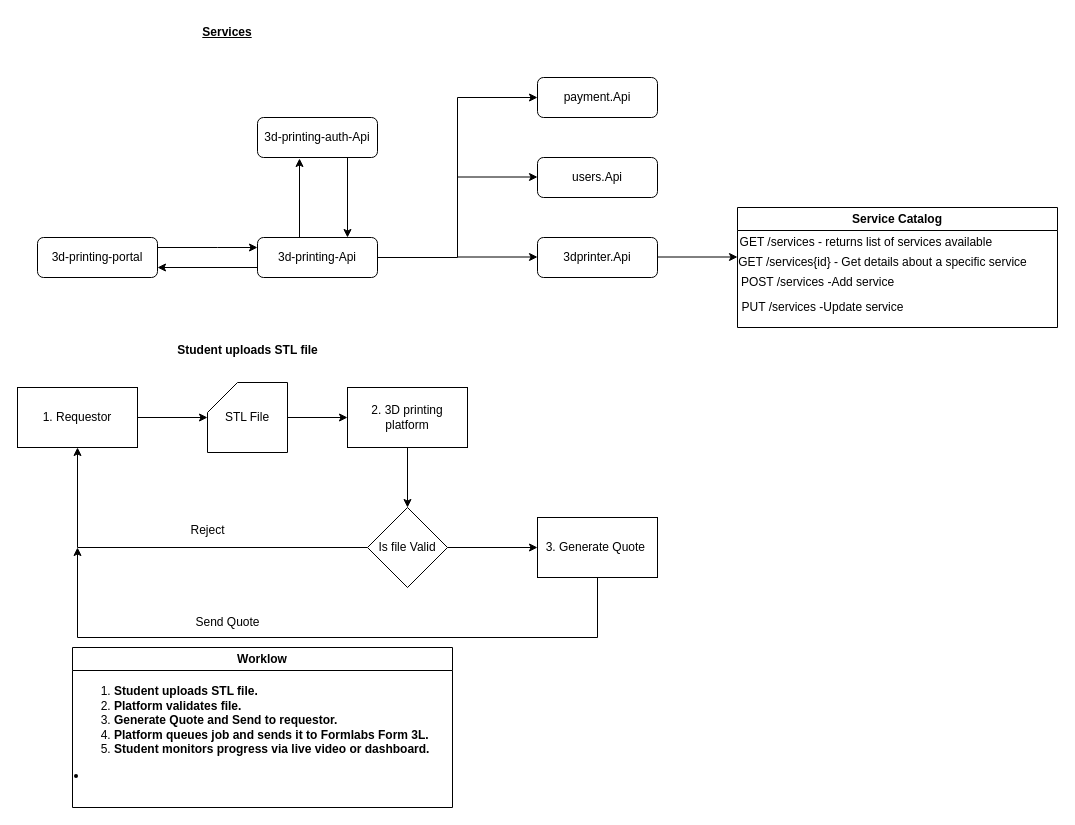
Above: 3dPrintingApplicationDesign.drawio in SifisoMzansi/architecture-diagrams (draw.io), before the change. Source tidied: cells renumbered, new cells numbered last; positions are measured from the earlier drawing's top-left corner, leaving out a move shared by most shapes. Both pictures are drawn from the tidied source at 100%, with x=0, y=0 at pixel (17, 17).
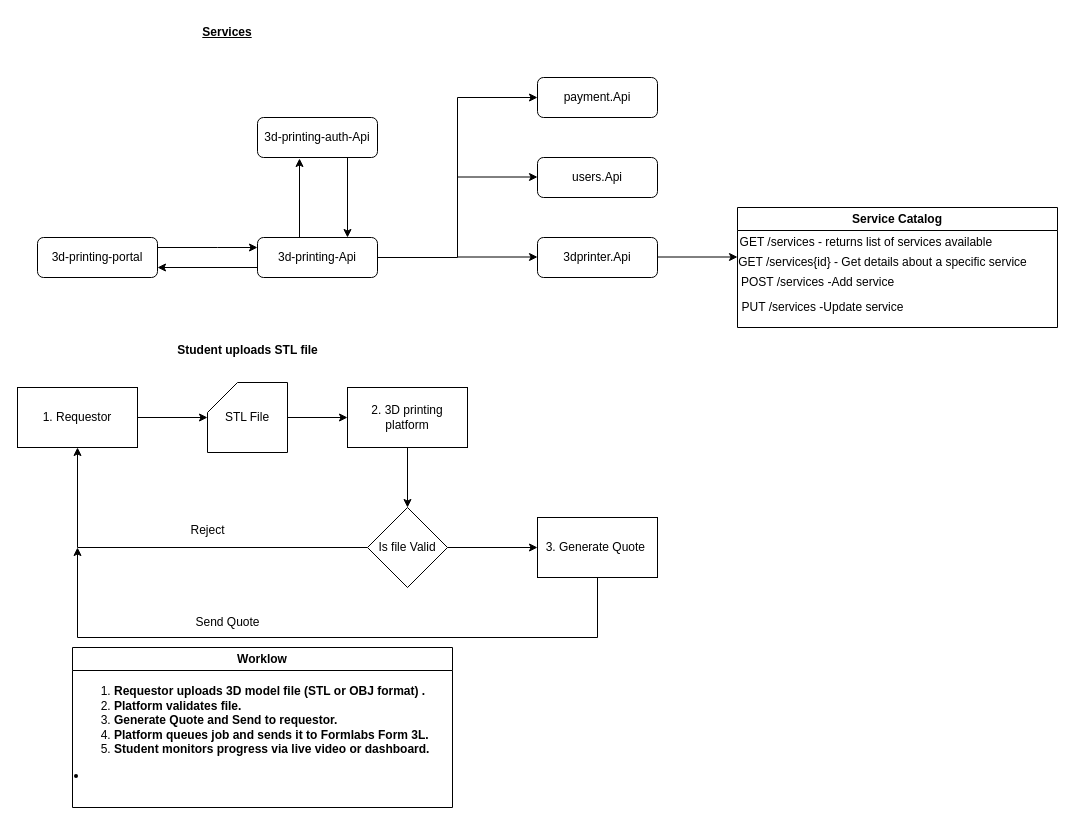
After the change.

Unchanged cells that the change refers to:
```xml
<mxCell id="24" value="Worklow" style="swimlane;whiteSpace=wrap;html=1;" parent="1" vertex="1">
  <mxGeometry x="55" y="630" width="380" height="160" as="geometry" />
</mxCell>
```

Change to the diagram source:
```diff
@@
-    <mxCell id="25" value="&lt;ol&gt;&lt;li&gt;&lt;strong style=&quot;background-color: initial;&quot;&gt;Student uploads STL file.&lt;/strong&gt;&lt;/li&gt;&lt;li&gt;&lt;strong&gt;Platform validates file.&lt;/strong&gt;&lt;/li&gt;&lt;li&gt;&lt;b&gt;Generate Quote and Send to requestor.&lt;/b&gt;&lt;/li&gt;&lt;li&gt;&lt;strong&gt;Platform queues job and sends it to Formlabs Form 3L.&lt;/strong&gt;&lt;/li&gt;&lt;li&gt;&lt;strong&gt;Student monitors progress via live video or dashboard.&lt;/strong&gt;&lt;/li&gt;&lt;/ol&gt;&lt;li&gt;&lt;/li&gt;" style="text;html=1;align=left;verticalAlign=middle;strokeColor=none;fillColor=none;" parent="24" vertex="1">
+    <mxCell id="25" value="&lt;ol&gt;&lt;li&gt;&lt;strong style=&quot;background-color: initial;&quot;&gt;Requestor uploads 3D model file (STL or OBJ format) .&lt;/strong&gt;&lt;/li&gt;&lt;li&gt;&lt;strong&gt;Platform validates file.&lt;/strong&gt;&lt;/li&gt;&lt;li&gt;&lt;b&gt;Generate Quote and Send to requestor.&lt;/b&gt;&lt;/li&gt;&lt;li&gt;&lt;strong&gt;Platform queues job and sends it to Formlabs Form 3L.&lt;/strong&gt;&lt;/li&gt;&lt;li&gt;&lt;strong&gt;Student monitors progress via live video or dashboard.&lt;/strong&gt;&lt;/li&gt;&lt;/ol&gt;&lt;li&gt;&lt;/li&gt;" style="text;html=1;align=left;verticalAlign=middle;strokeColor=none;fillColor=none;" parent="24" vertex="1">
       <mxGeometry y="20" width="380" height="120" as="geometry" />
     </mxCell>
```
